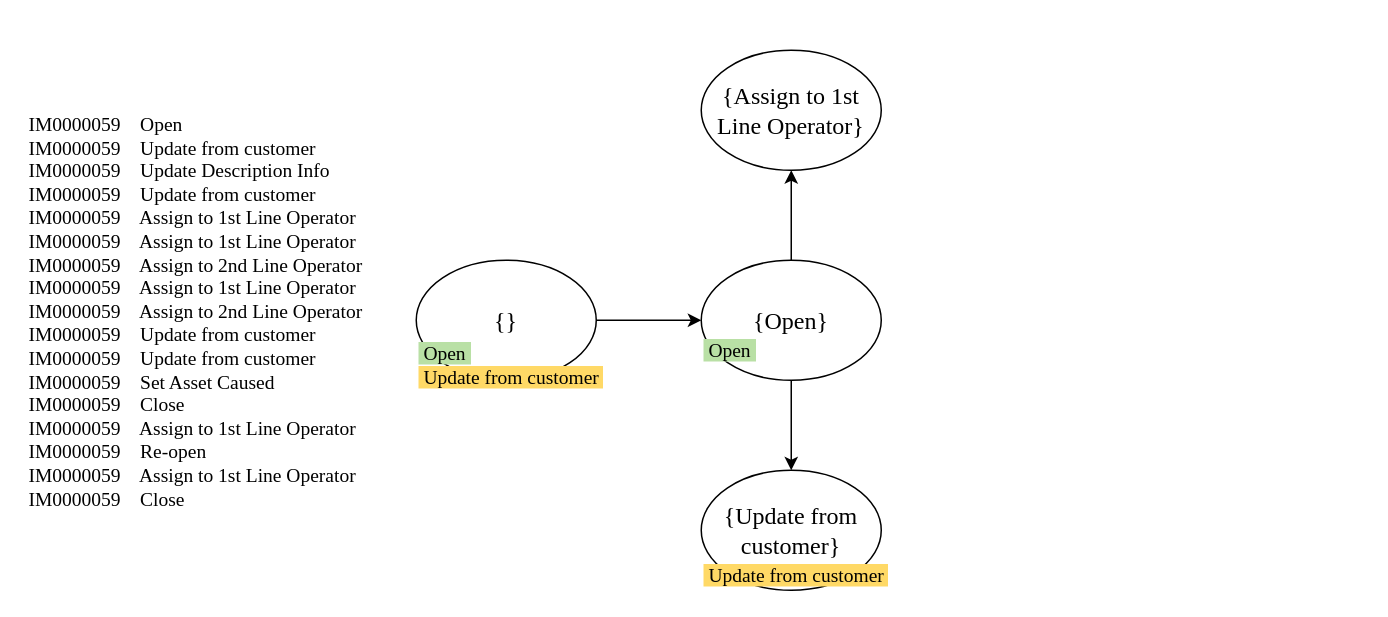
Before: page "Page-2" (2 of 2) of ats.drawio in TKForgeron/INFOMPROM, a draw.io diagram. Source tidied: cells renumbered, new cells numbered last; positions are measured from the earlier drawing's top-left corner, leaving out a move shared by most shapes. Both pictures are drawn from the tidied source at 150%, with x=0, y=0 at pixel (26, 50).
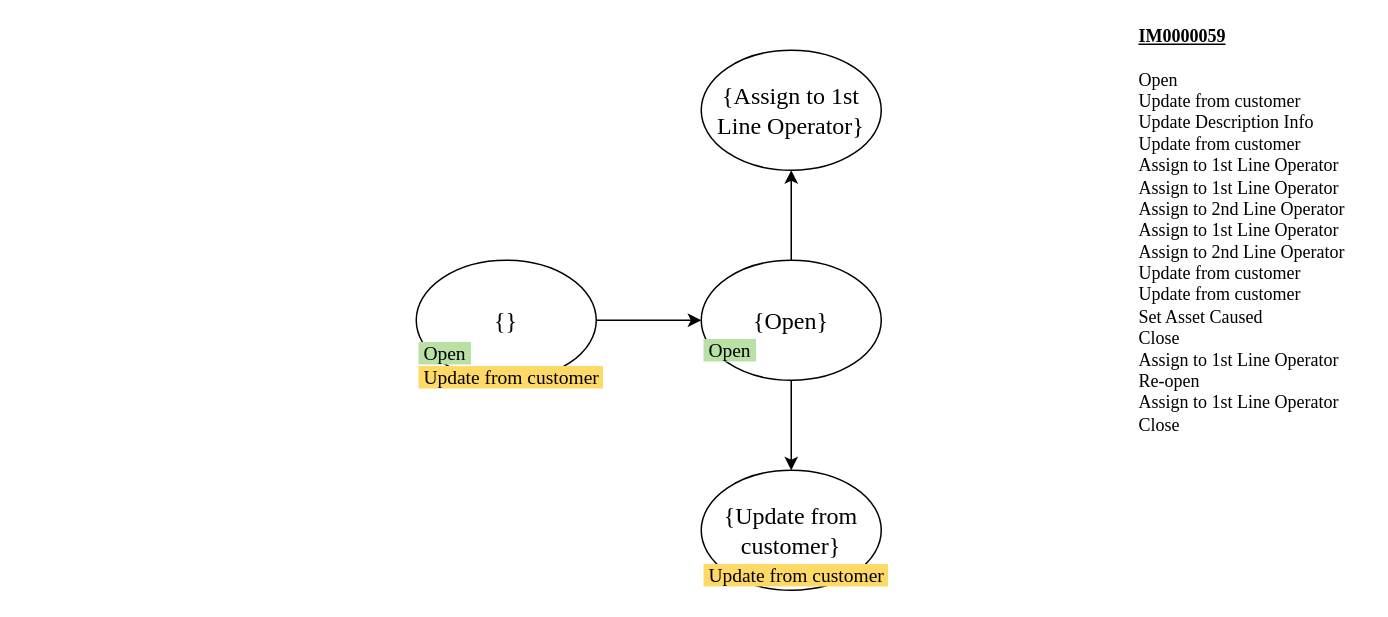
After the change.

Diff of the diagram source:
```diff
@@
 <mxGraphModel>
   <root>
     <mxCell id="0" />
     <mxCell id="1" parent="0" />
     <mxCell id="2" style="edgeStyle=orthogonalEdgeStyle;rounded=0;jettySize=auto;html=1;fontFamily=Times New Roman;fontSize=13;" parent="1" edge="1" source="3" target="7">
       <mxGeometry relative="1" as="geometry" />
     </mxCell>
     <mxCell id="3" value="{}" style="ellipse;whiteSpace=wrap;html=1;fontFamily=Times New Roman;fontSize=16;fontStyle=0;" parent="1" vertex="1">
       <mxGeometry x="260" y="140" width="120" height="80" as="geometry" />
     </mxCell>
     <mxCell id="4" value="&lt;div style=&quot;font-size: 13px;&quot;&gt;&lt;span style=&quot;background-color: rgb(185, 224, 165);&quot;&gt;&amp;nbsp;Open&amp;nbsp; &lt;br&gt;&lt;/span&gt;&lt;/div&gt;&lt;div style=&quot;font-size: 13px;&quot;&gt;&lt;span style=&quot;background-color: rgb(255, 217, 102);&quot;&gt;&amp;nbsp;Update from customer&amp;nbsp; &lt;/span&gt;&lt;br style=&quot;font-size: 13px;&quot;&gt;&lt;/div&gt;" style="text;html=1;align=left;verticalAlign=middle;strokeColor=none;fillColor=none;fontSize=13;fontFamily=Times New Roman;" parent="1" vertex="1">
       <mxGeometry x="260" y="190" width="140" height="40" as="geometry" />
     </mxCell>
     <mxCell id="5" style="edgeStyle=orthogonalEdgeStyle;rounded=0;jettySize=auto;html=1;fontFamily=Times New Roman;fontSize=13;" parent="1" edge="1" source="7" target="8">
       <mxGeometry relative="1" as="geometry" />
     </mxCell>
     <mxCell id="6" style="edgeStyle=orthogonalEdgeStyle;rounded=0;jettySize=auto;html=1;fontFamily=Times New Roman;fontSize=13;" parent="1" edge="1" source="7" target="9">
       <mxGeometry relative="1" as="geometry" />
     </mxCell>
     <mxCell id="7" value="{Open}" style="ellipse;whiteSpace=wrap;html=1;fontFamily=Times New Roman;fontSize=16;fontStyle=0;" parent="1" vertex="1">
       <mxGeometry x="450" y="140" width="120" height="80" as="geometry" />
     </mxCell>
     <mxCell id="8" value="{Assign to 1st Line Operator}" style="ellipse;whiteSpace=wrap;html=1;fontFamily=Times New Roman;fontSize=16;fontStyle=0;" parent="1" vertex="1">
       <mxGeometry x="450" width="120" height="80" as="geometry" />
     </mxCell>
     <mxCell id="9" value="{Update from customer}" style="ellipse;whiteSpace=wrap;html=1;fontFamily=Times New Roman;fontSize=16;fontStyle=0;" parent="1" vertex="1">
       <mxGeometry x="450" y="280" width="120" height="80" as="geometry" />
     </mxCell>
     <mxCell id="10" value="&lt;div style=&quot;font-size: 13px;&quot;&gt;&lt;span style=&quot;background-color: rgb(185, 224, 165);&quot;&gt;&amp;nbsp;Open&amp;nbsp; &lt;br&gt;&lt;/span&gt;&lt;/div&gt;" style="text;html=1;align=left;verticalAlign=middle;strokeColor=none;fillColor=none;fontSize=13;fontFamily=Times New Roman;" parent="1" vertex="1">
       <mxGeometry x="450" y="190" width="50" height="20" as="geometry" />
     </mxCell>
     <mxCell id="11" value="&lt;span style=&quot;background-color: rgb(255, 217, 102);&quot;&gt;&amp;nbsp;Update from customer&amp;nbsp; &lt;/span&gt;" style="text;html=1;align=left;verticalAlign=middle;strokeColor=none;fillColor=none;fontSize=13;fontFamily=Times New Roman;" parent="1" vertex="1">
       <mxGeometry x="450" y="340" width="140" height="20" as="geometry" />
     </mxCell>
-    <mxCell id="12" value="IM0000059&amp;nbsp;&amp;nbsp;&amp;nbsp; Open&#10;IM0000059&amp;nbsp;&amp;nbsp;&amp;nbsp; Update from customer&#10;IM0000059&amp;nbsp;&amp;nbsp;&amp;nbsp; Update Description Info&#10;IM0000059&amp;nbsp;&amp;nbsp;&amp;nbsp; Update from customer&#10;IM0000059&amp;nbsp;&amp;nbsp;&amp;nbsp; Assign to 1st Line Operator&#10;IM0000059&amp;nbsp;&amp;nbsp;&amp;nbsp; Assign to 1st Line Operator&#10;IM0000059&amp;nbsp;&amp;nbsp;&amp;nbsp; Assign to 2nd Line Operator&#10;IM0000059&amp;nbsp;&amp;nbsp;&amp;nbsp; Assign to 1st Line Operator&#10;IM0000059&amp;nbsp;&amp;nbsp;&amp;nbsp; Assign to 2nd Line Operator&#10;IM0000059&amp;nbsp;&amp;nbsp;&amp;nbsp; Update from customer&#10;IM0000059&amp;nbsp;&amp;nbsp;&amp;nbsp; Update from customer&#10;IM0000059&amp;nbsp;&amp;nbsp;&amp;nbsp; Set Asset Caused&#10;IM0000059&amp;nbsp;&amp;nbsp;&amp;nbsp; Close&#10;IM0000059&amp;nbsp;&amp;nbsp;&amp;nbsp; Assign to 1st Line Operator&#10;IM0000059&amp;nbsp;&amp;nbsp;&amp;nbsp; Re-open&#10;IM0000059&amp;nbsp;&amp;nbsp;&amp;nbsp; Assign to 1st Line Operator&#10;IM0000059&amp;nbsp;&amp;nbsp;&amp;nbsp; Close" style="text;whiteSpace=wrap;html=1;fontSize=13;fontFamily=Times New Roman;labelBorderColor=none;labelBackgroundColor=none;" parent="1" vertex="1">
-      <mxGeometry y="35" width="250" height="290" as="geometry" />
-    </mxCell>
+    <mxCell id="13" value="&lt;div align=&quot;left&quot;&gt;&lt;u&gt;&lt;b&gt;IM0000059&lt;/b&gt;&lt;/u&gt;&lt;/div&gt;&lt;div align=&quot;left&quot;&gt;&lt;br&gt;&lt;/div&gt;&lt;div align=&quot;left&quot;&gt;Open&lt;br&gt;Update from customer&lt;br&gt;Update Description Info&lt;br&gt;Update from customer&lt;br&gt;Assign to 1st Line Operator&lt;br&gt;Assign to 1st Line Operator&lt;br&gt;Assign to 2nd Line Operator&lt;br&gt;Assign to 1st Line Operator&lt;br&gt;Assign to 2nd Line Operator&lt;br&gt;Update from customer&lt;br&gt;Update from customer&lt;br&gt;Set Asset Caused&lt;br&gt;Close&lt;br&gt;Assign to 1st Line Operator&lt;br&gt;Re-open&lt;br&gt;Assign to 1st Line Operator&lt;br&gt;Close&lt;/div&gt;" style="text;html=1;align=left;verticalAlign=middle;strokeColor=none;fillColor=none;fontFamily=Times New Roman;" parent="1" vertex="1">
+      <mxGeometry x="740" y="-15" width="150" height="270" as="geometry" />
+    </mxCell>
   </root>
 </mxGraphModel>
```
